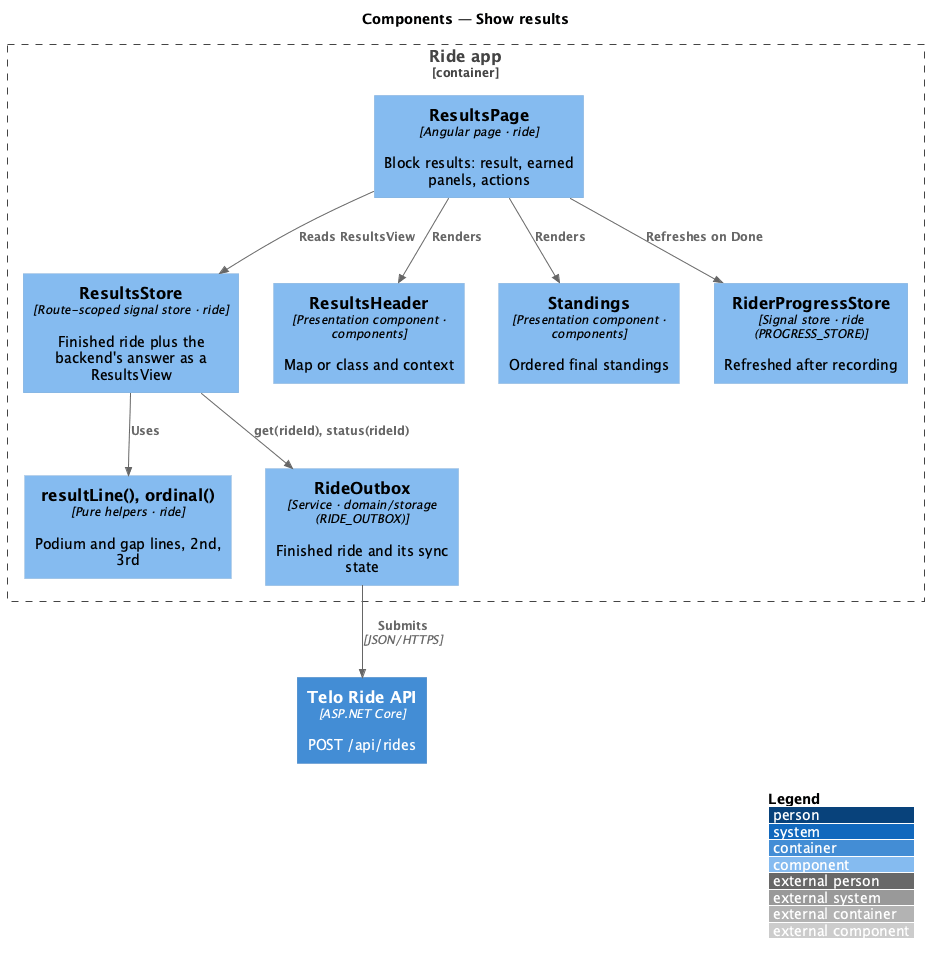
QuinntyneBrown/ride-one keeps this PlantUML diagram as docs/detailed-designs/results/show-results/diagrams/c4-component.png. Above is the earlier version. The source it was exported from:
```plantuml
@startuml
!include <C4/C4_Component>
LAYOUT_WITH_LEGEND()
title Components — Show results

Container_Boundary(app, "Ride app") {
  Component(page, "ResultsPage", "Angular page · ride", "Block results: result, earned panels, actions")
  Component(store, "ResultsStore", "Route-scoped signal store · ride", "Finished ride plus the backend's answer as a ResultsView")
  Component(line, "resultLine(), ordinal()", "Pure helpers · ride", "Podium and gap lines, 2nd, 3rd")
  Component(outbox, "RideOutbox", "Service · domain/storage (RIDE_OUTBOX)", "Finished ride and its sync state")
  Component(hdr, "ResultsHeader", "Presentation component · components", "Map or class and context")
  Component(standings, "Standings", "Presentation component · components", "Ordered final standings")
  Component(prog, "RiderProgressStore", "Signal store · ride (PROGRESS_STORE)", "Refreshed after recording")
}
Container(api, "Telo Ride API", "ASP.NET Core", "POST /api/rides")

Rel(page, store, "Reads ResultsView")
Rel(store, outbox, "get(rideId), status(rideId)")
Rel(store, line, "Uses")
Rel(page, hdr, "Renders")
Rel(page, standings, "Renders")
Rel(outbox, api, "Submits", "JSON/HTTPS")
Rel(page, prog, "Refreshes on Done")
@enduml
```
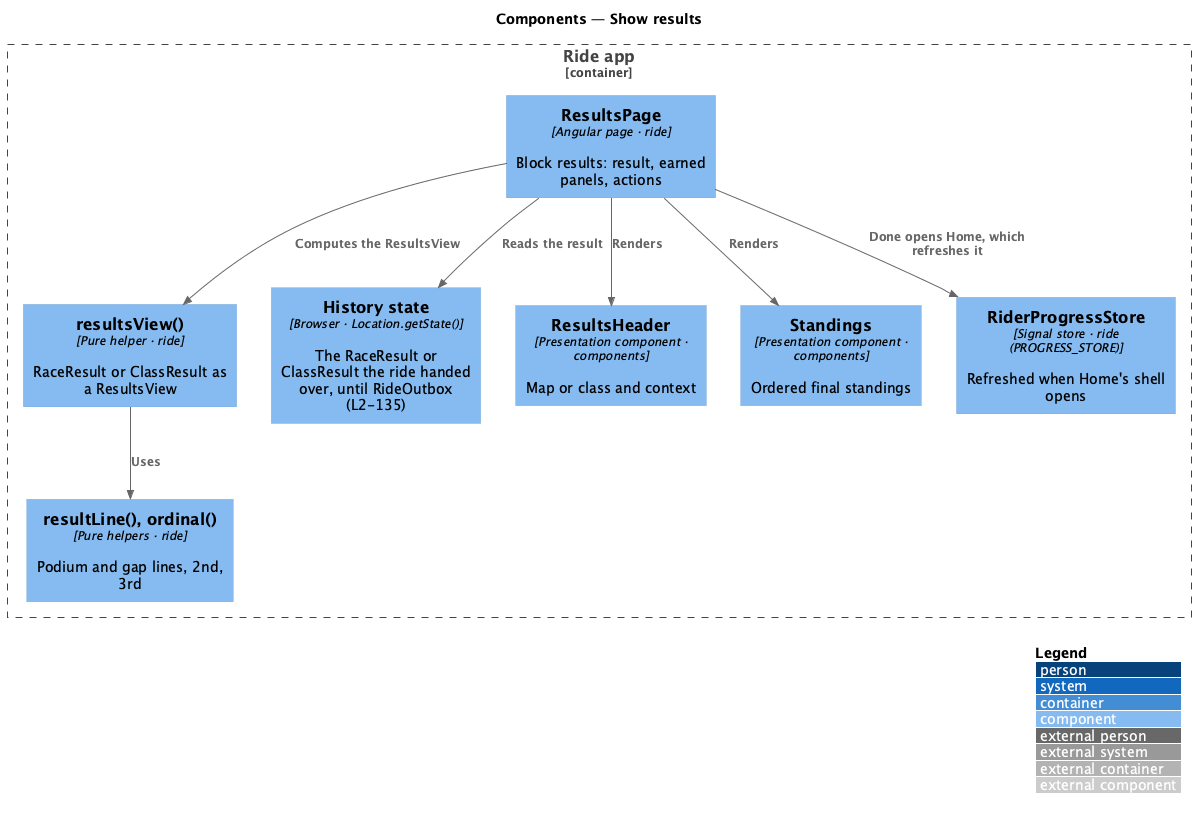
The same diagram one commit later.

Commit message:
Align slice 11.1's design: results from the navigation state

The edit, as a diff of the source:
```diff
@@ -5,20 +5,18 @@
 
 Container_Boundary(app, "Ride app") {
   Component(page, "ResultsPage", "Angular page · ride", "Block results: result, earned panels, actions")
-  Component(store, "ResultsStore", "Route-scoped signal store · ride", "Finished ride plus the backend's answer as a ResultsView")
+  Component(store, "resultsView()", "Pure helper · ride", "RaceResult or ClassResult as a ResultsView")
   Component(line, "resultLine(), ordinal()", "Pure helpers · ride", "Podium and gap lines, 2nd, 3rd")
-  Component(outbox, "RideOutbox", "Service · domain/storage (RIDE_OUTBOX)", "Finished ride and its sync state")
+  Component(outbox, "History state", "Browser · Location.getState()", "The RaceResult or ClassResult the ride handed over, until RideOutbox (L2-135)")
   Component(hdr, "ResultsHeader", "Presentation component · components", "Map or class and context")
   Component(standings, "Standings", "Presentation component · components", "Ordered final standings")
-  Component(prog, "RiderProgressStore", "Signal store · ride (PROGRESS_STORE)", "Refreshed after recording")
+  Component(prog, "RiderProgressStore", "Signal store · ride (PROGRESS_STORE)", "Refreshed when Home's shell opens")
 }
-Container(api, "Telo Ride API", "ASP.NET Core", "POST /api/rides")
 
-Rel(page, store, "Reads ResultsView")
-Rel(store, outbox, "get(rideId), status(rideId)")
+Rel(page, outbox, "Reads the result")
+Rel(page, store, "Computes the ResultsView")
 Rel(store, line, "Uses")
 Rel(page, hdr, "Renders")
 Rel(page, standings, "Renders")
-Rel(outbox, api, "Submits", "JSON/HTTPS")
-Rel(page, prog, "Refreshes on Done")
+Rel(page, prog, "Done opens Home, which refreshes it")
 @enduml
```
